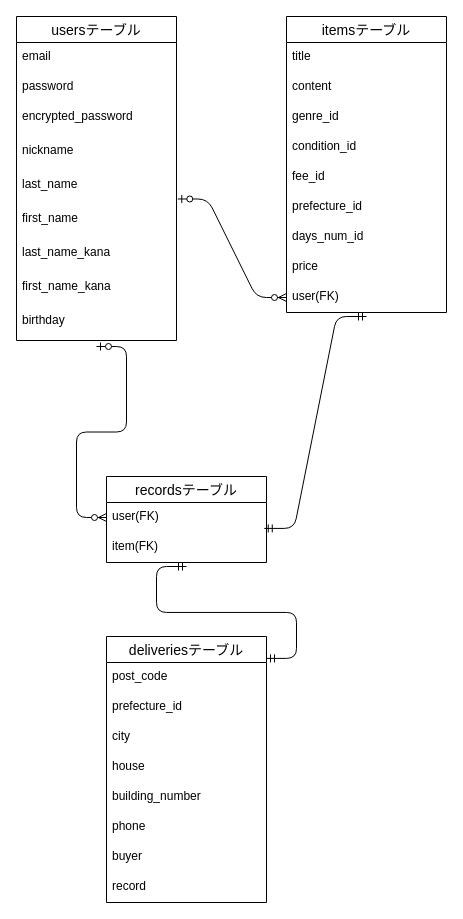
Before: ER.dio in RitsukoOishi/furima-37549, a draw.io diagram. Source tidied: cells renumbered, new cells numbered last; positions are measured from the earlier drawing's top-left corner, leaving out a move shared by most shapes. Both pictures are drawn from the tidied source at 100%, with x=0, y=0 at pixel (16, 16).
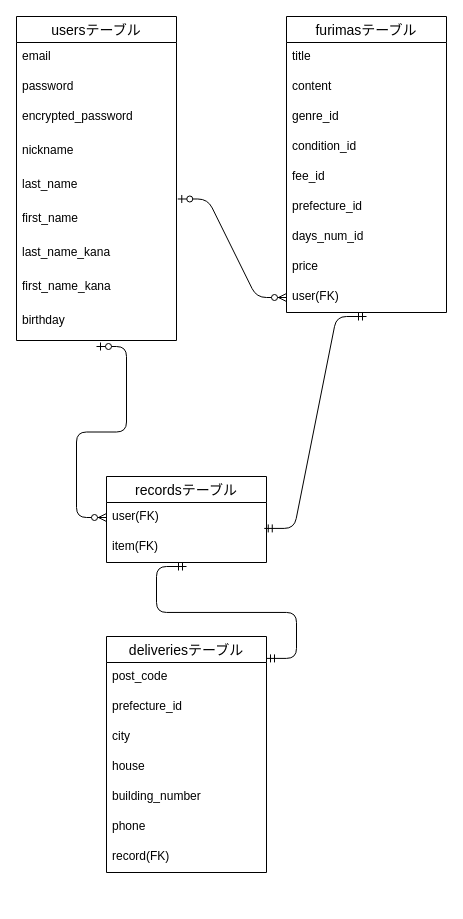
After the change.

The edit, as a diff of the source:
```diff
@@
-    <mxCell id="12" value="itemsテーブル" style="swimlane;fontStyle=0;horizontal=1;startSize=26;align=center;fontSize=14;" parent="1" vertex="1">
+    <mxCell id="12" value="furimasテーブル" style="swimlane;fontStyle=0;horizontal=1;startSize=26;align=center;fontSize=14;" parent="1" vertex="1">
       <mxGeometry x="270" width="160" height="296" as="geometry" />
     </mxCell>
@@
     <mxCell id="23" value="deliveriesテーブル" style="swimlane;fontStyle=0;horizontal=1;startSize=26;align=center;fontSize=14;" parent="1" vertex="1">
-      <mxGeometry x="90" y="620" width="160" height="266" as="geometry" />
+      <mxGeometry x="90" y="620" width="160" height="236" as="geometry" />
     </mxCell>
@@
-    <mxCell id="30" value="buyer" style="text;strokeColor=none;fillColor=none;spacingLeft=4;spacingRight=4;overflow=hidden;fontSize=12;" parent="23" vertex="1">
-      <mxGeometry y="206" width="160" height="30" as="geometry" />
-    </mxCell>
-    <mxCell id="31" value="record" style="text;strokeColor=none;fillColor=none;spacingLeft=4;spacingRight=4;overflow=hidden;fontSize=12;" parent="23" vertex="1">
-      <mxGeometry y="236" width="160" height="30" as="geometry" />
+    <mxCell id="31" value="record(FK)" style="text;strokeColor=none;fillColor=none;spacingLeft=4;spacingRight=4;overflow=hidden;fontSize=12;" parent="23" vertex="1">
+      <mxGeometry y="206" width="160" height="30" as="geometry" />
     </mxCell>
```
